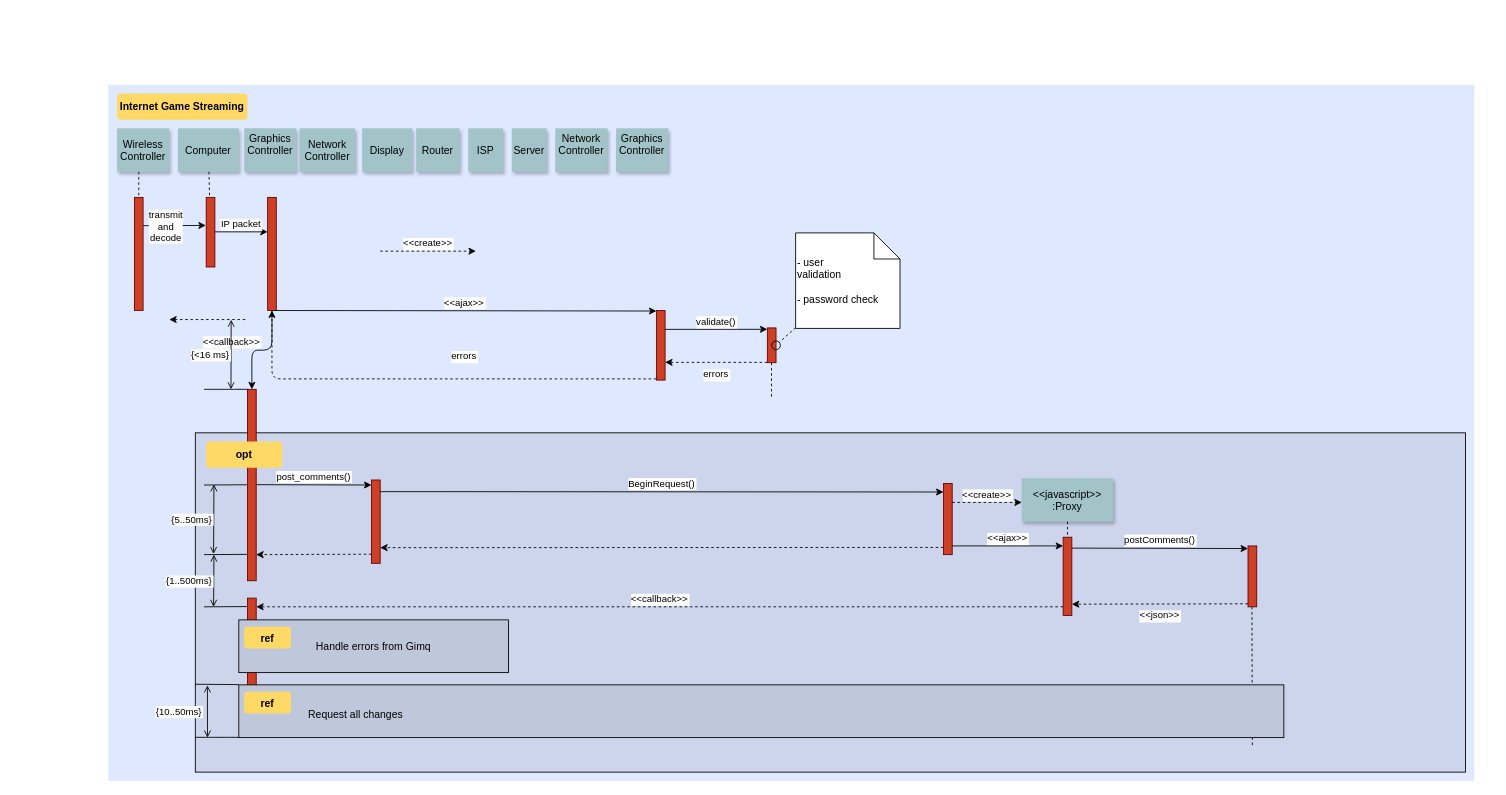
kevinf28/drawings keeps this draw.io diagram as game_streaming_sequence.drawio. Above is the earlier version. Source tidied: cells renumbered, new cells numbered last; positions are measured from the earlier drawing's top-left corner, leaving out a move shared by most shapes. Both pictures are drawn from the tidied source at 87%, with x=0, y=0 at pixel (108, 84).
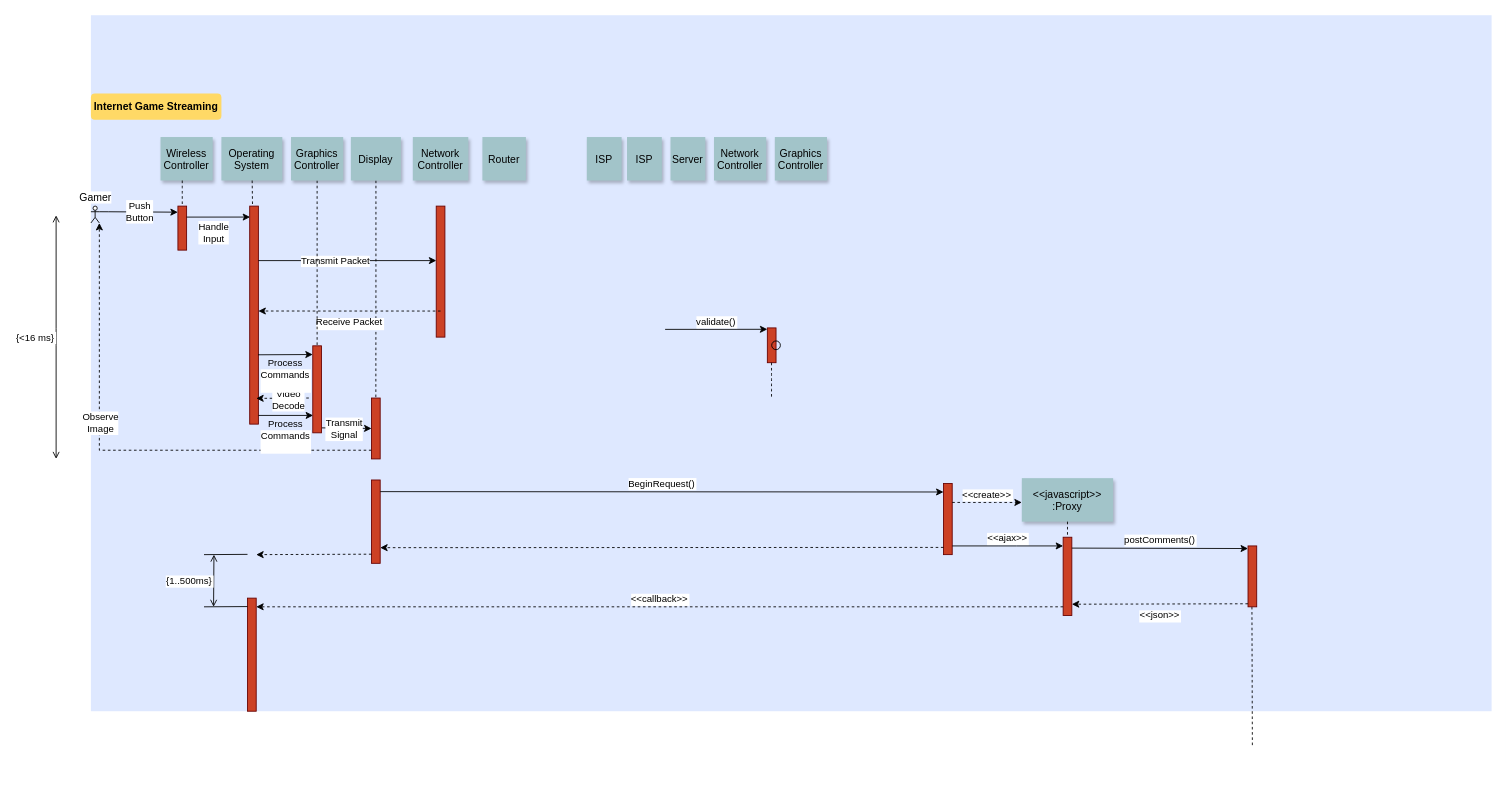
After the change.

The change refers to these unchanged cells:
```xml
<mxCell id="28" style="ellipse;fillColor=none;" parent="1" vertex="1">
  <mxGeometry x="762.5" y="294.4" width="10" height="10" as="geometry" />
</mxCell>
```

Diff of the diagram source:
```diff
@@
     <mxCell id="2" style="fillColor=#DEE8FF;strokeColor=none;" parent="1" vertex="1">
-      <mxGeometry width="1570" height="800" as="geometry" />
+      <mxGeometry x="-20" y="-80" width="1610" height="800" as="geometry" />
     </mxCell>
-    <mxCell id="3" style="fillColor=#CCD5EB;" parent="1" vertex="1">
-      <mxGeometry x="100" y="400" width="1460" height="390" as="geometry" />
-    </mxCell>
@@
     <mxCell id="5" style="fillColor=#CC4125;strokeColor=#660000;" parent="1" vertex="1">
-      <mxGeometry x="30" y="129.4" width="10" height="130" as="geometry" />
+      <mxGeometry x="80" y="139.4" width="10" height="50.6" as="geometry" />
     </mxCell>
-    <mxCell id="6" style="edgeStyle=none;verticalLabelPosition=top;verticalAlign=bottom;labelPosition=left;align=right;exitX=1;exitY=0.25;exitDx=0;exitDy=0;entryX=-0.036;entryY=0.403;entryDx=0;entryDy=0;entryPerimeter=0;" parent="1" edge="1" source="5" target="9">
+    <mxCell id="6" style="edgeStyle=none;verticalLabelPosition=top;verticalAlign=bottom;labelPosition=left;align=right;exitX=1;exitY=0.25;exitDx=0;exitDy=0;" parent="1" edge="1" source="5">
       <mxGeometry as="geometry">
+        <mxPoint x="163" y="152" as="targetPoint" />
         <mxPoint x="15" y="51" as="offset" />
       </mxGeometry>
     </mxCell>
-    <mxCell id="7" value="&lt;div&gt;transmit&lt;/div&gt;&lt;div&gt;and&lt;/div&gt;&lt;div&gt;decode&lt;br&gt;&lt;/div&gt;" style="edgeLabel;html=1;align=center;verticalAlign=middle;" parent="6" vertex="1">
+    <mxCell id="7" value="&lt;div&gt;Handle&lt;/div&gt;&lt;div&gt;Input&lt;br&gt;&lt;/div&gt;" style="edgeLabel;html=1;align=center;verticalAlign=middle;" parent="6" vertex="1">
       <mxGeometry relative="1" as="geometry">
-        <mxPoint x="-10" y="1" as="offset" />
+        <mxPoint x="-6.6" y="17.7" as="offset" />
       </mxGeometry>
     </mxCell>
     <mxCell id="8" value="Wireless&#10;Controller" style="shadow=1;fillColor=#A2C4C9;strokeColor=none;" parent="1" vertex="1">
-      <mxGeometry x="10" y="50" width="60" height="50" as="geometry" />
+      <mxGeometry x="60" y="60" width="60" height="50" as="geometry" />
     </mxCell>
     <mxCell id="9" style="fillColor=#CC4125;strokeColor=#660000;" parent="1" vertex="1">
-      <mxGeometry x="112.5" y="129.4" width="10" height="80" as="geometry" />
+      <mxGeometry x="162.5" y="139.4" width="10" height="250.6" as="geometry" />
     </mxCell>
-    <mxCell id="10" value="Computer" style="shadow=1;fillColor=#A2C4C9;strokeColor=none;" parent="1" vertex="1">
-      <mxGeometry x="80" y="50" width="70" height="50" as="geometry" />
+    <mxCell id="10" value="Operating&#10;System" style="shadow=1;fillColor=#A2C4C9;strokeColor=none;" parent="1" vertex="1">
+      <mxGeometry x="130" y="60" width="70" height="50" as="geometry" />
     </mxCell>
@@
-    <mxCell id="12" style="edgeStyle=none;verticalLabelPosition=top;verticalAlign=bottom;labelPosition=left;align=right;endArrow=none;startArrow=classic;dashed=1;" parent="1" edge="1">
-      <mxGeometry x="110" y="179.8" as="geometry">
-        <mxPoint x="70" y="269.8" as="sourcePoint" />
-        <mxPoint x="160" y="269.8" as="targetPoint" />
-      </mxGeometry>
-    </mxCell>
-    <mxCell id="13" value="&lt;&lt;create&gt;&gt;" style="edgeStyle=none;verticalLabelPosition=top;verticalAlign=bottom;dashed=1;" parent="1" edge="1">
-      <mxGeometry x="385.5" y="113.9" as="geometry">
-        <mxPoint x="312.5" y="191.2" as="sourcePoint" />
-        <mxPoint x="422.5" y="191.2" as="targetPoint" />
+    <mxCell id="13" style="edgeStyle=elbowEdgeStyle;verticalLabelPosition=top;verticalAlign=bottom;exitX=1;exitY=0.25;exitDx=0;exitDy=0;entryX=0.012;entryY=0.416;entryDx=0;entryDy=0;entryPerimeter=0;" parent="1" edge="1" source="9" target="17">
+      <mxGeometry x="473" y="221.6" as="geometry">
+        <Array as="points">
+          <mxPoint x="280" y="190" />
+        </Array>
       </mxGeometry>
     </mxCell>
+    <mxCell id="70" value="Transmit Packet" style="edgeLabel;html=1;align=center;verticalAlign=middle;" parent="13" vertex="1">
+      <mxGeometry relative="1" as="geometry">
+        <mxPoint x="-14" as="offset" />
+      </mxGeometry>
+    </mxCell>
     <mxCell id="14" value="Network&#10;Controller" style="shadow=1;fillColor=#A2C4C9;strokeColor=none;" parent="1" vertex="1">
-      <mxGeometry x="220" y="50" width="63.8" height="50" as="geometry" />
+      <mxGeometry x="350" y="60" width="63.8" height="50" as="geometry" />
     </mxCell>
+    <mxCell id="71" style="rounded=0;jettySize=auto;html=1;entryX=0;entryY=0.5;entryDx=0;entryDy=0;exitX=1.039;exitY=0.943;exitDx=0;exitDy=0;exitPerimeter=0;" parent="1" edge="1" source="15" target="81">
+      <mxGeometry relative="1" as="geometry" />
+    </mxCell>
+    <mxCell id="72" value="&lt;div&gt;Transmit&lt;/div&gt;&lt;div&gt;Signal&lt;br&gt;&lt;/div&gt;" style="edgeLabel;html=1;align=center;verticalAlign=middle;" parent="71" vertex="1">
+      <mxGeometry x="0.15" y="1" relative="1" as="geometry">
+        <mxPoint x="-8.2" y="1.3" as="offset" />
+      </mxGeometry>
+    </mxCell>
+    <mxCell id="73" style="rounded=0;orthogonalLoop=1;jettySize=auto;html=1;exitX=-0.048;exitY=0.117;exitDx=0;exitDy=0;entryX=1.155;entryY=0.689;entryDx=0;entryDy=0;dashed=1;endArrow=classic;endFill=1;entryPerimeter=0;exitPerimeter=0;" parent="1" edge="1">
+      <mxGeometry relative="1" as="geometry">
+        <mxPoint x="230.5" y="360" as="sourcePoint" />
+        <mxPoint x="170" y="360.4" as="targetPoint" />
+      </mxGeometry>
+    </mxCell>
+    <mxCell id="74" value="&lt;div&gt;Video&lt;/div&gt;&lt;div&gt;Decode&lt;/div&gt;" style="edgeLabel;html=1;align=center;verticalAlign=middle;" parent="73" vertex="1">
+      <mxGeometry x="-0.11" y="1" relative="1" as="geometry">
+        <mxPoint x="2.6" as="offset" />
+      </mxGeometry>
+    </mxCell>
     <mxCell id="15" style="fillColor=#CC4125;strokeColor=#660000;" parent="1" vertex="1">
-      <mxGeometry x="183.1" y="129.4" width="10" height="130" as="geometry" />
+      <mxGeometry x="235" y="300" width="10" height="100" as="geometry" />
     </mxCell>
-    <mxCell id="16" value="IP packet" style="edgeStyle=elbowEdgeStyle;elbow=vertical;verticalLabelPosition=top;verticalAlign=bottom;" parent="1" edge="1" source="9" target="15">
-      <mxGeometry x="350" y="290" as="geometry" />
+    <mxCell id="16" value="Process&#10;Commands&#10;" style="edgeStyle=elbowEdgeStyle;elbow=vertical;verticalLabelPosition=top;verticalAlign=bottom;exitX=0.956;exitY=0.682;exitDx=0;exitDy=0;exitPerimeter=0;" parent="1" edge="1" source="9" target="15">
+      <mxGeometry as="geometry">
+        <mxPoint y="45" as="offset" />
+      </mxGeometry>
     </mxCell>
     <mxCell id="17" style="fillColor=#CC4125;strokeColor=#660000;" parent="1" vertex="1">
-      <mxGeometry x="630" y="259.4" width="10" height="80" as="geometry" />
+      <mxGeometry x="376.9" y="139.4" width="10" height="150.6" as="geometry" />
     </mxCell>
+    <mxCell id="75" style="edgeStyle=orthogonalEdgeStyle;rounded=0;jettySize=auto;html=1;dashed=1;endArrow=none;endFill=0;" parent="1" edge="1" source="18" target="81">
+      <mxGeometry relative="1" as="geometry" />
+    </mxCell>
     <mxCell id="18" value="Display" style="shadow=1;fillColor=#A2C4C9;strokeColor=none;" parent="1" vertex="1">
-      <mxGeometry x="291.8" y="50" width="57.5" height="50" as="geometry" />
+      <mxGeometry x="278.8" y="60" width="57.5" height="50" as="geometry" />
     </mxCell>
     <mxCell id="19" value="Router" style="shadow=1;fillColor=#A2C4C9;strokeColor=none;" parent="1" vertex="1">
-      <mxGeometry x="353.8" y="50" width="50" height="50" as="geometry" />
+      <mxGeometry x="430" y="60" width="50" height="50" as="geometry" />
     </mxCell>
@@
-    <mxCell id="21" value="&lt;&lt;ajax&gt;&gt;" style="edgeStyle=elbowEdgeStyle;elbow=vertical;verticalLabelPosition=top;verticalAlign=bottom;" parent="1" edge="1" source="15" target="17">
-      <mxGeometry x="540" y="270" as="geometry">
-        <Array as="points">
-          <mxPoint x="550" y="260" />
-        </Array>
-      </mxGeometry>
-    </mxCell>
-    <mxCell id="22" value="errors" style="edgeStyle=elbowEdgeStyle;elbow=vertical;dashed=1;verticalLabelPosition=bottom;verticalAlign=top;" parent="1" edge="1" source="17" target="15">
-      <mxGeometry x="550" y="280" as="geometry">
-        <Array as="points">
-          <mxPoint x="553" y="338" />
-        </Array>
-      </mxGeometry>
-    </mxCell>
     <mxCell id="23" value="ISP" style="shadow=1;fillColor=#A2C4C9;strokeColor=none;" parent="1" vertex="1">
-      <mxGeometry x="413.8" y="50" width="40" height="50" as="geometry" />
+      <mxGeometry x="550" y="60" width="40" height="50" as="geometry" />
     </mxCell>
@@
-    <mxCell id="26" value="errors" style="edgeStyle=elbowEdgeStyle;elbow=vertical;dashed=1;verticalLabelPosition=bottom;verticalAlign=top;" parent="1" edge="1">
-      <mxGeometry x="560" y="309.7" as="geometry">
-        <mxPoint x="757.5" y="319" as="sourcePoint" />
-        <mxPoint x="640" y="319" as="targetPoint" />
-      </mxGeometry>
+    <mxCell id="26" value="Receive Packet" style="edgeStyle=elbowEdgeStyle;elbow=vertical;dashed=1;verticalLabelPosition=bottom;verticalAlign=top;exitX=0.5;exitY=0.801;exitDx=0;exitDy=0;exitPerimeter=0;" parent="1" edge="1" source="17" target="9">
+      <mxGeometry x="179.4" y="240.6" as="geometry" />
     </mxCell>
@@
-    <mxCell id="29" value=" - user&#10; validation&#10;&#10; - password check" style="shape=note;align=left;" parent="1" vertex="1">
-      <mxGeometry x="790" y="170.2" width="120" height="109.8" as="geometry" />
-    </mxCell>
-    <mxCell id="30" style="edgeStyle=none;endArrow=none;dashed=1;" parent="1" edge="1" source="29" target="28">
-      <mxGeometry x="1030" y="180" as="geometry" />
-    </mxCell>
-    <mxCell id="31" style="fillColor=#CC4125;strokeColor=#660000;" parent="1" vertex="1">
-      <mxGeometry x="160" y="350" width="10" height="220" as="geometry" />
-    </mxCell>
-    <mxCell id="32" value="             &lt;&lt;callback&gt;&gt;                                " style="edgeStyle=elbowEdgeStyle;elbow=vertical;dashed=0;verticalLabelPosition=top;verticalAlign=bottom;align=right;" parent="1" edge="1" source="15" target="31">
-      <mxGeometry x="190" y="329.8" as="geometry" />
-    </mxCell>
-    <mxCell id="33" style="edgeStyle=elbowEdgeStyle;elbow=vertical;endArrow=none;" parent="1" edge="1" source="31">
-      <mxGeometry x="60" y="310" as="geometry">
-        <mxPoint x="110" y="350" as="targetPoint" />
-      </mxGeometry>
-    </mxCell>
     <mxCell id="34" value="{&lt;16 ms}" style="edgeStyle=elbowEdgeStyle;elbow=horizontal;startArrow=open;endArrow=open;labelPosition=left;align=right;" parent="1" edge="1">
-      <mxGeometry x="61.2" y="290" as="geometry">
-        <mxPoint x="141.2" y="270" as="sourcePoint" />
-        <mxPoint x="141.2" y="350" as="targetPoint" />
+      <mxGeometry x="-140" y="290" as="geometry">
+        <mxPoint x="-60" y="150" as="sourcePoint" />
+        <mxPoint x="-60" y="430" as="targetPoint" />
       </mxGeometry>
     </mxCell>
@@
-    <mxCell id="37" value="post_comments()" style="edgeStyle=elbowEdgeStyle;elbow=vertical;verticalLabelPosition=top;verticalAlign=bottom;" parent="1" edge="1">
-      <mxGeometry x="212.5" y="469.6" as="geometry">
-        <mxPoint x="170" y="459.6" as="sourcePoint" />
-        <mxPoint x="302.5" y="459.6" as="targetPoint" />
-      </mxGeometry>
-    </mxCell>
@@
     <mxCell id="51" value="Internet Game Streaming" style="rounded=1;fontStyle=1;fillColor=#FFD966;strokeColor=none;" parent="1" vertex="1">
-      <mxGeometry x="10" y="10" width="150" height="30" as="geometry" />
+      <mxGeometry x="-20" y="10" width="150" height="30" as="geometry" />
     </mxCell>
-    <mxCell id="52" value="opt" style="rounded=1;fontStyle=1;fillColor=#FFD966;strokeColor=none;" parent="1" vertex="1">
-      <mxGeometry x="112.5" y="410" width="87.5" height="30" as="geometry" />
-    </mxCell>
-    <mxCell id="53" value="Handle errors from Gimq" style="fillColor=#BFC8DB;" parent="1" vertex="1">
-      <mxGeometry x="150" y="615" width="310" height="60.6" as="geometry" />
-    </mxCell>
-    <mxCell id="54" value="ref" style="rounded=1;fontStyle=1;fillColor=#FFD966;strokeColor=none;" parent="1" vertex="1">
-      <mxGeometry x="156.2" y="622.9" width="53.8" height="25" as="geometry" />
-    </mxCell>
-    <mxCell id="55" style="align=left;fillColor=#BFC8DB;" parent="1" vertex="1">
-      <mxGeometry x="150" y="689.7" width="1201.2" height="60.6" as="geometry" />
-    </mxCell>
-    <mxCell id="56" value="ref" style="rounded=1;fontStyle=1;fillColor=#FFD966;strokeColor=none;" parent="1" vertex="1">
-      <mxGeometry x="156.2" y="697.6" width="53.8" height="25" as="geometry" />
-    </mxCell>
-    <mxCell id="57" value="Request all changes" style="text;align=left;" parent="1" vertex="1">
-      <mxGeometry x="228.1" y="710.1" width="351.8" height="26" as="geometry" />
-    </mxCell>
-    <mxCell id="58" style="edgeStyle=elbowEdgeStyle;elbow=vertical;endArrow=none;" parent="1" edge="1">
-      <mxGeometry x="60" y="419.7" as="geometry">
-        <mxPoint x="160" y="459.7" as="sourcePoint" />
-        <mxPoint x="110" y="459.7" as="targetPoint" />
-      </mxGeometry>
-    </mxCell>
@@
-    <mxCell id="61" style="edgeStyle=elbowEdgeStyle;elbow=vertical;endArrow=none;" parent="1" edge="1">
-      <mxGeometry x="50" y="649.4" as="geometry">
-        <mxPoint x="150" y="689.4" as="sourcePoint" />
-        <mxPoint x="100" y="689.4" as="targetPoint" />
-      </mxGeometry>
-    </mxCell>
-    <mxCell id="62" style="edgeStyle=elbowEdgeStyle;elbow=vertical;endArrow=none;" parent="1" edge="1">
-      <mxGeometry x="50" y="710" as="geometry">
-        <mxPoint x="150" y="750" as="sourcePoint" />
-        <mxPoint x="100" y="750" as="targetPoint" />
-      </mxGeometry>
-    </mxCell>
-    <mxCell id="63" value="{5..50ms}" style="edgeStyle=elbowEdgeStyle;elbow=horizontal;startArrow=open;endArrow=open;labelPosition=left;align=right;" parent="1" edge="1">
-      <mxGeometry x="41.4" y="479.2" as="geometry">
-        <mxPoint x="121.4" y="459.2" as="sourcePoint" />
-        <mxPoint x="121.4" y="539.2" as="targetPoint" />
-      </mxGeometry>
-    </mxCell>
@@
-    <mxCell id="65" value="{10..50ms}" style="edgeStyle=elbowEdgeStyle;elbow=horizontal;startArrow=open;endArrow=open;labelPosition=left;align=right;" parent="1" edge="1">
-      <mxGeometry as="geometry">
-        <mxPoint x="113.9" y="690.3" as="sourcePoint" />
-        <mxPoint x="113.9" y="750.3" as="targetPoint" />
-        <mxPoint x="-4.2" y="-0.3" as="offset" />
-      </mxGeometry>
-    </mxCell>
     <mxCell id="66" value="Server" style="shadow=1;fillColor=#A2C4C9;strokeColor=none;" parent="1" vertex="1">
-      <mxGeometry x="463.8" y="50" width="40" height="50" as="geometry" />
+      <mxGeometry x="646.2" y="60" width="40" height="50" as="geometry" />
     </mxCell>
-    <mxCell id="67" value="Network&#10;Controller&#10;" style="shadow=1;fillColor=#A2C4C9;strokeColor=none;" parent="1" vertex="1">
-      <mxGeometry x="513.8" y="50" width="60" height="50" as="geometry" />
+    <mxCell id="67" value="Network&#10;Controller" style="shadow=1;fillColor=#A2C4C9;strokeColor=none;" parent="1" vertex="1">
+      <mxGeometry x="696.2" y="60" width="60" height="50" as="geometry" />
     </mxCell>
-    <mxCell id="68" value="Graphics&#10;Controller&#10;" style="shadow=1;fillColor=#A2C4C9;strokeColor=none;" parent="1" vertex="1">
-      <mxGeometry x="583.6" y="50" width="60" height="50" as="geometry" />
+    <mxCell id="68" value="Graphics&#10;Controller" style="shadow=1;fillColor=#A2C4C9;strokeColor=none;" parent="1" vertex="1">
+      <mxGeometry x="766.1" y="60" width="60" height="50" as="geometry" />
     </mxCell>
+    <mxCell id="76" style="edgeStyle=orthogonalEdgeStyle;rounded=0;jettySize=auto;html=1;dashed=1;endArrow=none;endFill=0;" parent="1" edge="1" source="69" target="15">
+      <mxGeometry relative="1" as="geometry" />
+    </mxCell>
-    <mxCell id="69" value="Graphics&#10;Controller&#10;" style="shadow=1;fillColor=#A2C4C9;strokeColor=none;" parent="1" vertex="1">
-      <mxGeometry x="156.2" y="50" width="60" height="50" as="geometry" />
+    <mxCell id="69" value="Graphics&#10;Controller" style="shadow=1;fillColor=#A2C4C9;strokeColor=none;" parent="1" vertex="1">
+      <mxGeometry x="210" y="60" width="60" height="50" as="geometry" />
     </mxCell>
+    <mxCell id="77" value="&lt;div&gt;Push&lt;/div&gt;&lt;div&gt;Button&lt;br&gt;&lt;/div&gt;" style="edgeStyle=orthogonalEdgeStyle;rounded=0;jettySize=auto;html=1;entryX=-0.01;entryY=0.138;entryDx=0;entryDy=0;entryPerimeter=0;exitX=1;exitY=0.3333333333333333;exitDx=0;exitDy=0;exitPerimeter=0;" parent="1" edge="1" source="78" target="5">
+      <mxGeometry x="0.02" relative="1" as="geometry">
+        <Array as="points">
+          <mxPoint y="146" />
+        </Array>
+      </mxGeometry>
+    </mxCell>
+    <mxCell id="78" value="Gamer" style="shape=umlActor;verticalLabelPosition=top;labelBackgroundColor=#ffffff;verticalAlign=bottom;html=1;outlineConnect=0;labelPosition=center;align=center;" parent="1" vertex="1">
+      <mxGeometry x="-20" y="139.4" width="9.7" height="19.4" as="geometry" />
+    </mxCell>
+    <mxCell id="79" style="edgeStyle=orthogonalEdgeStyle;rounded=0;jettySize=auto;html=1;dashed=1;entryX=1;entryY=1;entryDx=0;entryDy=0;entryPerimeter=0;" parent="1" edge="1" source="81" target="78">
+      <mxGeometry relative="1" as="geometry">
+        <Array as="points">
+          <mxPoint x="-10" y="420" />
+          <mxPoint x="-10" y="159" />
+        </Array>
+      </mxGeometry>
+    </mxCell>
+    <mxCell id="80" value="&lt;div&gt;Observe&lt;/div&gt;&lt;div&gt;Image&lt;br&gt;&lt;/div&gt;" style="edgeLabel;html=1;align=center;verticalAlign=middle;" parent="79" vertex="1">
+      <mxGeometry x="0.2" y="-1" relative="1" as="geometry" />
+    </mxCell>
+    <mxCell id="81" style="fillColor=#CC4125;strokeColor=#660000;" parent="1" vertex="1">
+      <mxGeometry x="302.5" y="360" width="10" height="70" as="geometry" />
+    </mxCell>
+    <mxCell id="82" value="ISP" style="shadow=1;fillColor=#A2C4C9;strokeColor=none;" parent="1" vertex="1">
+      <mxGeometry x="596.2" y="60" width="40" height="50" as="geometry" />
+    </mxCell>
+    <mxCell id="83" value="Process&#10;Commands&#10;" style="edgeStyle=elbowEdgeStyle;elbow=vertical;verticalLabelPosition=top;verticalAlign=bottom;exitX=0.956;exitY=0.682;exitDx=0;exitDy=0;exitPerimeter=0;" parent="1" edge="1">
+      <mxGeometry x="0.4" y="69.7" as="geometry">
+        <mxPoint x="172.5" y="380" as="sourcePoint" />
+        <mxPoint x="235.4" y="380.1" as="targetPoint" />
+        <mxPoint y="45" as="offset" />
+      </mxGeometry>
+    </mxCell>
```
